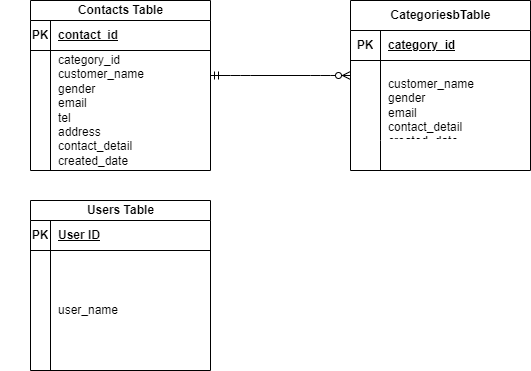
Earlier version of the draw.io export ER.drawio.png (hmgit-git/hm-kadai1). Source tidied: cells renumbered, new cells last; positions are measured from the earlier drawing's top-left corner, leaving out a move shared by most shapes.
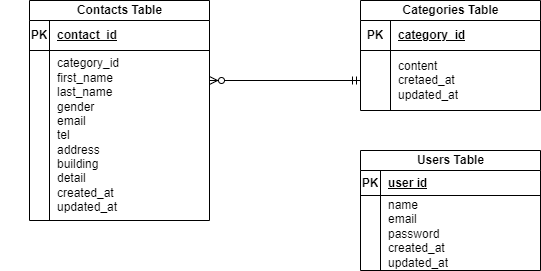
Later version of the same file.

Commit message:
ER図、Controller、Request、バリデーション修正

The edit, as a diff of the source:
```diff
@@ -2,11 +2,11 @@
   <root>
     <mxCell id="0" />
     <mxCell id="1" parent="0" />
-    <mxCell id="2" value="CategoriesbTable" style="shape=table;startSize=30;rowLines=0;fontStyle=1;align=center;html=1;" parent="1" vertex="1">
-      <mxGeometry x="350" width="180" height="170" as="geometry" />
+    <mxCell id="2" value="Categories Table" style="shape=table;startSize=20;rowLines=0;fontStyle=1;align=center;html=1;" parent="1" vertex="1">
+      <mxGeometry x="360" width="180" height="110" as="geometry" />
     </mxCell>
     <mxCell id="3" style="shape=tableRow;horizontal=0;startSize=0;swimlaneHead=0;swimlaneBody=0;fillColor=none;top=0;left=0;right=0;bottom=1;" parent="2" vertex="1">
-      <mxGeometry y="30" width="180" height="30" as="geometry" />
+      <mxGeometry y="20" width="180" height="30" as="geometry" />
     </mxCell>
     <mxCell id="4" value="PK" style="shape=partialRectangle;fillColor=none;top=0;left=0;bottom=0;right=0;fontStyle=1;overflow=hidden;whiteSpace=wrap;html=1;" parent="3" vertex="1">
       <mxGeometry width="30" height="30" as="geometry" />
@@ -15,25 +15,16 @@
       <mxGeometry x="30" width="150" height="30" as="geometry" />
     </mxCell>
     <mxCell id="6" style="shape=tableRow;horizontal=0;startSize=0;swimlaneHead=0;swimlaneBody=0;fillColor=none;top=0;left=0;right=0;bottom=0;" parent="2" vertex="1">
-      <mxGeometry y="60" width="180" height="80" as="geometry" />
+      <mxGeometry y="50" width="180" height="60" as="geometry" />
     </mxCell>
     <mxCell id="7" style="shape=partialRectangle;fillColor=none;top=0;left=0;bottom=0;right=0;overflow=hidden;whiteSpace=wrap;html=1;" parent="6" vertex="1">
-      <mxGeometry width="30" height="80" as="geometry" />
+      <mxGeometry width="30" height="60" as="geometry" />
     </mxCell>
-    <mxCell id="8" value="&lt;br&gt;&lt;div&gt;&lt;span style=&quot;background-color: transparent;&quot;&gt;customer_name&lt;/span&gt;&lt;/div&gt;&lt;div&gt;gender&lt;/div&gt;&lt;div&gt;email&lt;/div&gt;&lt;div&gt;contact_detail&lt;/div&gt;&lt;div&gt;created_date&lt;/div&gt;" style="shape=partialRectangle;fillColor=none;top=0;left=0;bottom=0;right=0;align=left;spacingLeft=6;overflow=hidden;whiteSpace=wrap;html=1;" parent="6" vertex="1">
-      <mxGeometry x="30" width="150" height="80" as="geometry" />
+    <mxCell id="8" value="content&lt;div&gt;cretaed_at&lt;/div&gt;&lt;div&gt;updated_at&lt;/div&gt;" style="shape=partialRectangle;fillColor=none;top=0;left=0;bottom=0;right=0;align=left;spacingLeft=6;overflow=hidden;whiteSpace=wrap;html=1;" parent="6" vertex="1">
+      <mxGeometry x="30" width="150" height="60" as="geometry" />
     </mxCell>
-    <mxCell id="9" style="shape=tableRow;horizontal=0;startSize=0;swimlaneHead=0;swimlaneBody=0;fillColor=none;top=0;left=0;right=0;bottom=0;" parent="2" vertex="1">
-      <mxGeometry y="140" width="180" height="30" as="geometry" />
-    </mxCell>
-    <mxCell id="10" style="shape=partialRectangle;fillColor=none;top=0;left=0;bottom=0;right=0;overflow=hidden;whiteSpace=wrap;html=1;" parent="9" vertex="1">
-      <mxGeometry width="30" height="30" as="geometry" />
-    </mxCell>
-    <mxCell id="11" style="shape=partialRectangle;fillColor=none;top=0;left=0;bottom=0;right=0;align=left;spacingLeft=6;overflow=hidden;whiteSpace=wrap;html=1;" parent="9" vertex="1">
-      <mxGeometry x="30" width="150" height="30" as="geometry" />
-    </mxCell>
     <mxCell id="12" value="Contacts Table" style="shape=table;startSize=20;rowLines=0;fontStyle=1;align=center;html=1;" parent="1" vertex="1">
-      <mxGeometry x="30" width="180" height="170" as="geometry" />
+      <mxGeometry x="29" width="180" height="220" as="geometry" />
     </mxCell>
     <mxCell id="13" style="shape=tableRow;horizontal=0;startSize=0;swimlaneHead=0;swimlaneBody=0;fillColor=none;top=0;left=0;right=0;bottom=1;" parent="12" vertex="1">
       <mxGeometry y="20" width="180" height="30" as="geometry" />
@@ -45,20 +36,14 @@
       <mxGeometry x="20" width="160" height="30" as="geometry" />
     </mxCell>
     <mxCell id="16" style="shape=tableRow;horizontal=0;startSize=0;swimlaneHead=0;swimlaneBody=0;fillColor=none;top=0;left=0;right=0;bottom=0;" parent="12" vertex="1">
-      <mxGeometry y="50" width="180" height="120" as="geometry" />
+      <mxGeometry y="50" width="180" height="170" as="geometry" />
     </mxCell>
     <mxCell id="17" style="shape=partialRectangle;fillColor=none;top=0;left=0;bottom=0;right=0;overflow=hidden;whiteSpace=wrap;html=1;" parent="16" vertex="1">
-      <mxGeometry width="20" height="120" as="geometry" />
+      <mxGeometry width="20" height="170" as="geometry" />
     </mxCell>
-    <mxCell id="18" value="category_id&lt;div&gt;&lt;span style=&quot;background-color: transparent;&quot;&gt;customer_name&lt;/span&gt;&lt;/div&gt;&lt;div&gt;gender&lt;/div&gt;&lt;div&gt;email&lt;/div&gt;&lt;div&gt;tel&lt;/div&gt;&lt;div&gt;address&lt;/div&gt;&lt;div&gt;contact_detail&lt;/div&gt;&lt;div&gt;created_date&lt;/div&gt;" style="shape=partialRectangle;fillColor=none;top=0;left=0;bottom=0;right=0;align=left;spacingLeft=6;overflow=hidden;whiteSpace=wrap;html=1;" parent="16" vertex="1">
-      <mxGeometry x="20" width="160" height="120" as="geometry" />
+    <mxCell id="18" value="category_id&lt;div&gt;first_name&lt;/div&gt;&lt;div&gt;last_name&lt;/div&gt;&lt;div&gt;gender&lt;/div&gt;&lt;div&gt;email&lt;/div&gt;&lt;div&gt;tel&lt;/div&gt;&lt;div&gt;address&lt;/div&gt;&lt;div&gt;building&lt;/div&gt;&lt;div&gt;detail&lt;/div&gt;&lt;div&gt;created_at&lt;/div&gt;&lt;div&gt;updated_at&lt;/div&gt;" style="shape=partialRectangle;fillColor=none;top=0;left=0;bottom=0;right=0;align=left;spacingLeft=6;overflow=hidden;whiteSpace=wrap;html=1;" parent="16" vertex="1">
+      <mxGeometry x="20" width="160" height="170" as="geometry" />
     </mxCell>
-    <mxCell id="19" style="edgeStyle=entityRelationEdgeStyle;fontSize=12;html=1;endArrow=ERzeroToMany;startArrow=ERmandOne;entryX=0;entryY=0;entryDx=0;entryDy=0;entryPerimeter=0;" parent="1" edge="1">
-      <mxGeometry relative="1" as="geometry">
-        <mxPoint x="210" y="75" as="sourcePoint" />
-        <mxPoint x="350" y="75" as="targetPoint" />
-      </mxGeometry>
-    </mxCell>
     <mxCell id="20" style="shape=tableRow;horizontal=0;startSize=0;swimlaneHead=0;swimlaneBody=0;fillColor=none;top=0;left=0;right=0;bottom=0;" parent="1" vertex="1">
       <mxGeometry y="140" width="180" height="20" as="geometry" />
     </mxCell>
@@ -66,25 +51,31 @@
       <mxGeometry width="20" height="20" as="geometry" />
     </mxCell>
     <mxCell id="22" value="Users Table" style="shape=table;startSize=20;rowLines=0;fontStyle=1;align=center;html=1;" parent="1" vertex="1">
-      <mxGeometry x="30" y="200" width="180" height="170" as="geometry" />
+      <mxGeometry x="360" y="150" width="180" height="120" as="geometry" />
     </mxCell>
     <mxCell id="23" style="shape=tableRow;horizontal=0;startSize=0;swimlaneHead=0;swimlaneBody=0;fillColor=none;top=0;left=0;right=0;bottom=1;" parent="22" vertex="1">
-      <mxGeometry y="20" width="180" height="30" as="geometry" />
+      <mxGeometry y="20" width="180" height="25" as="geometry" />
     </mxCell>
     <mxCell id="24" value="PK" style="shape=partialRectangle;fillColor=none;top=0;left=0;bottom=0;right=0;fontStyle=1;overflow=hidden;whiteSpace=wrap;html=1;" parent="23" vertex="1">
-      <mxGeometry width="20" height="30" as="geometry" />
+      <mxGeometry width="20" height="25" as="geometry" />
     </mxCell>
-    <mxCell id="25" value="User ID" style="shape=partialRectangle;fillColor=none;top=0;left=0;bottom=0;right=0;align=left;spacingLeft=6;fontStyle=5;overflow=hidden;whiteSpace=wrap;html=1;" parent="23" vertex="1">
-      <mxGeometry x="20" width="160" height="30" as="geometry" />
+    <mxCell id="25" value="user id" style="shape=partialRectangle;fillColor=none;top=0;left=0;bottom=0;right=0;align=left;spacingLeft=6;fontStyle=5;overflow=hidden;whiteSpace=wrap;html=1;" parent="23" vertex="1">
+      <mxGeometry x="20" width="160" height="25" as="geometry" />
     </mxCell>
     <mxCell id="26" style="shape=tableRow;horizontal=0;startSize=0;swimlaneHead=0;swimlaneBody=0;fillColor=none;top=0;left=0;right=0;bottom=0;" parent="22" vertex="1">
-      <mxGeometry y="50" width="180" height="120" as="geometry" />
+      <mxGeometry y="45" width="180" height="75" as="geometry" />
     </mxCell>
     <mxCell id="27" style="shape=partialRectangle;fillColor=none;top=0;left=0;bottom=0;right=0;overflow=hidden;whiteSpace=wrap;html=1;" parent="26" vertex="1">
-      <mxGeometry width="20" height="120" as="geometry" />
+      <mxGeometry width="20" height="75" as="geometry" />
     </mxCell>
-    <mxCell id="28" value="&lt;div&gt;user_name&lt;/div&gt;" style="shape=partialRectangle;fillColor=none;top=0;left=0;bottom=0;right=0;align=left;spacingLeft=6;overflow=hidden;whiteSpace=wrap;html=1;" parent="26" vertex="1">
-      <mxGeometry x="20" width="160" height="120" as="geometry" />
+    <mxCell id="28" value="&lt;div&gt;name&lt;/div&gt;&lt;div&gt;email&lt;/div&gt;&lt;div&gt;password&lt;/div&gt;&lt;div&gt;created_at&lt;/div&gt;&lt;div&gt;updated_at&lt;/div&gt;" style="shape=partialRectangle;fillColor=none;top=0;left=0;bottom=0;right=0;align=left;spacingLeft=6;overflow=hidden;whiteSpace=wrap;html=1;" parent="26" vertex="1">
+      <mxGeometry x="20" width="160" height="75" as="geometry" />
     </mxCell>
+    <mxCell id="29" style="fontSize=12;html=1;endArrow=ERzeroToMany;startArrow=ERmandOne;" parent="1" edge="1">
+      <mxGeometry relative="1" as="geometry">
+        <mxPoint x="360" y="80" as="sourcePoint" />
+        <mxPoint x="209" y="80" as="targetPoint" />
+      </mxGeometry>
+    </mxCell>
   </root>
 </mxGraphModel>
```
